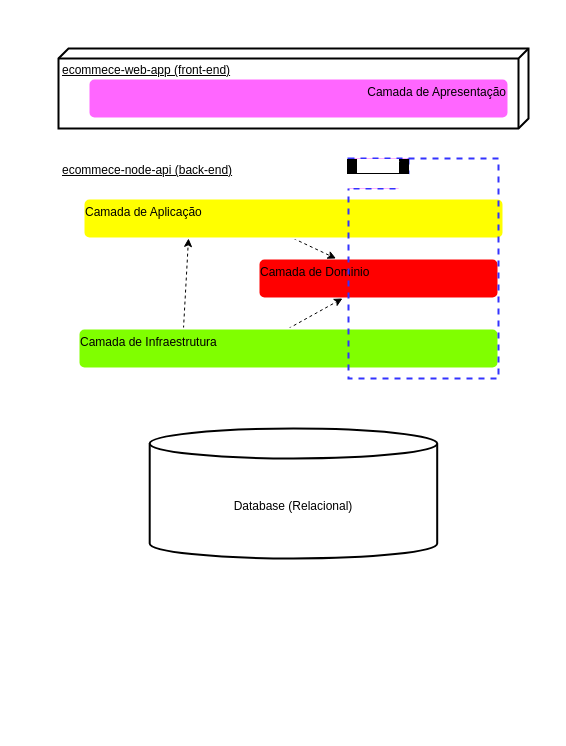
JoaoVitorHipolito/ecommerce-node-api keeps this draw.io diagram as requirements/ecommerce-arquitetura.drawio. Above is the earlier version. Source tidied: cells renumbered, new cells numbered last; positions are measured from the earlier drawing's top-left corner, leaving out a move shared by most shapes. Both pictures are drawn from the tidied source at 100%, with x=0, y=0 at pixel (58, 48).
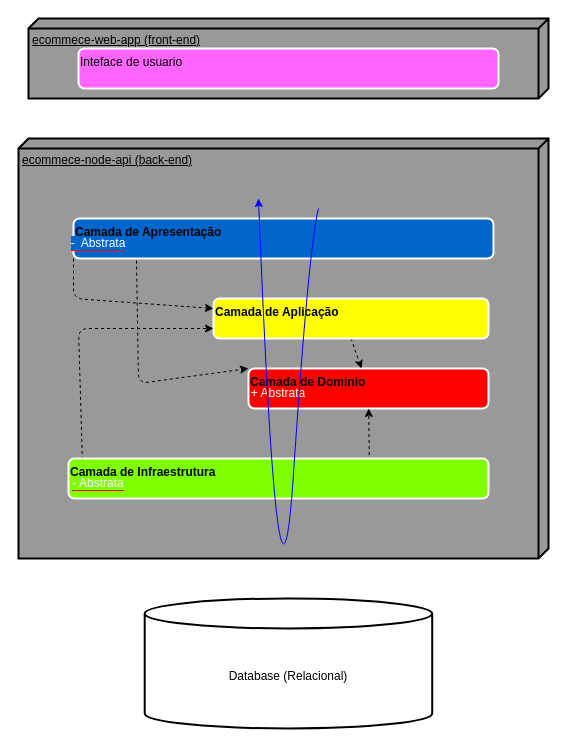
After the change.

Commit message:
Parte-14-arquitetura-em-camadas

Change to the diagram source:
```diff
@@
-    <mxCell id="2" value="ecommece-node-api (back-end)" style="verticalAlign=top;align=left;spacingTop=8;spacingLeft=2;spacingRight=12;shape=cube;size=10;direction=south;fontStyle=4;html=1;strokeWidth=2;strokeColor=#FFFFFF;" parent="1" vertex="1">
-      <mxGeometry y="100" width="470" height="250" as="geometry" />
+    <mxCell id="2" value="ecommece-node-api (back-end)" style="verticalAlign=top;align=left;spacingTop=8;spacingLeft=2;spacingRight=12;shape=cube;size=10;direction=south;fontStyle=4;html=1;strokeWidth=2;strokeColor=default;fillColor=#999999;fontColor=#000000;" parent="1" vertex="1">
+      <mxGeometry x="-40" y="90" width="530" height="420" as="geometry" />
     </mxCell>
-    <mxCell id="3" value="ecommece-web-app (front-end)" style="verticalAlign=top;align=left;spacingTop=8;spacingLeft=2;spacingRight=12;shape=cube;size=10;direction=south;fontStyle=4;html=1;strokeWidth=2;" parent="1" vertex="1">
-      <mxGeometry width="470" height="80" as="geometry" />
+    <mxCell id="3" value="&lt;font color=&quot;#000000&quot;&gt;ecommece-web-app (front-end)&lt;/font&gt;" style="verticalAlign=top;align=left;spacingTop=8;spacingLeft=2;spacingRight=12;shape=cube;size=10;direction=south;fontStyle=4;html=1;strokeWidth=2;fillColor=#999999;" parent="1" vertex="1">
+      <mxGeometry x="-30" y="-30" width="520" height="80" as="geometry" />
     </mxCell>
     <mxCell id="4" value="Database (Relacional)" style="shape=cylinder3;whiteSpace=wrap;html=1;boundedLbl=1;backgroundOutline=1;size=15;strokeWidth=2;" parent="1" vertex="1">
-      <mxGeometry x="91.2" y="380" width="287.5" height="130" as="geometry" />
+      <mxGeometry x="86.2" y="550" width="287.5" height="130" as="geometry" />
     </mxCell>
-    <mxCell id="5" value="&lt;font color=&quot;#000000&quot;&gt;Camada de Dominio&lt;/font&gt;" style="rounded=1;whiteSpace=wrap;html=1;strokeWidth=2;verticalAlign=top;align=left;fillColor=#FF0000;fontColor=#ffffff;strokeColor=#FFFFFF;" parent="1" vertex="1">
-      <mxGeometry x="200" y="210" width="240" height="40" as="geometry" />
+    <mxCell id="5" value="&lt;font color=&quot;#000000&quot;&gt;&lt;b&gt;Camada de Dominio&lt;/b&gt;&lt;/font&gt;" style="rounded=1;whiteSpace=wrap;html=1;strokeWidth=2;verticalAlign=top;align=left;fillColor=#FF0000;fontColor=#ffffff;strokeColor=#FFFFFF;" parent="1" vertex="1">
+      <mxGeometry x="190" y="320" width="240" height="40" as="geometry" />
     </mxCell>
-    <mxCell id="6" style="edgeStyle=none;html=1;exitX=0.5;exitY=1;exitDx=0;exitDy=0;fontColor=#000000;dashed=1;" parent="1" edge="1" source="7" target="5">
+    <mxCell id="6" style="edgeStyle=none;html=1;exitX=0.5;exitY=1;exitDx=0;exitDy=0;fontColor=#000000;dashed=1;strokeColor=#000000;" parent="1" edge="1" source="7" target="5">
       <mxGeometry relative="1" as="geometry" />
     </mxCell>
-    <mxCell id="7" value="&lt;font color=&quot;#000000&quot;&gt;Camada de Aplicação&lt;/font&gt;" style="rounded=1;whiteSpace=wrap;html=1;strokeWidth=2;verticalAlign=top;align=left;fillColor=#FFFF00;fontColor=#ffffff;strokeColor=#FFFFFF;" parent="1" vertex="1">
-      <mxGeometry x="25" y="150" width="420" height="40" as="geometry" />
+    <mxCell id="7" value="&lt;font color=&quot;#000000&quot;&gt;&lt;b&gt;Camada de Aplicação&lt;/b&gt;&lt;/font&gt;" style="rounded=1;whiteSpace=wrap;html=1;strokeWidth=2;verticalAlign=top;align=left;fillColor=#FFFF00;fontColor=#ffffff;strokeColor=#FFFFFF;" parent="1" vertex="1">
+      <mxGeometry x="155" y="250" width="275" height="40" as="geometry" />
     </mxCell>
-    <mxCell id="8" style="edgeStyle=none;html=1;exitX=0.5;exitY=0;exitDx=0;exitDy=0;dashed=1;fontColor=#000000;" parent="1" edge="1" source="10" target="5">
+    <mxCell id="8" style="edgeStyle=none;html=1;exitX=0.716;exitY=-0.086;exitDx=0;exitDy=0;dashed=1;fontColor=#000000;exitPerimeter=0;strokeColor=#000000;" parent="1" edge="1" source="10" target="5">
       <mxGeometry relative="1" as="geometry" />
     </mxCell>
-    <mxCell id="9" style="edgeStyle=none;html=1;exitX=0.25;exitY=0;exitDx=0;exitDy=0;entryX=0.25;entryY=1;entryDx=0;entryDy=0;dashed=1;fontColor=#000000;" parent="1" edge="1" source="10" target="7">
-      <mxGeometry relative="1" as="geometry" />
+    <mxCell id="9" style="edgeStyle=none;html=1;exitX=0.033;exitY=0.035;exitDx=0;exitDy=0;entryX=0;entryY=0.75;entryDx=0;entryDy=0;dashed=1;fontColor=#000000;exitPerimeter=0;strokeColor=#000000;" parent="1" edge="1" source="10" target="7">
+      <mxGeometry relative="1" as="geometry">
+        <Array as="points">
+          <mxPoint x="20" y="280" />
+        </Array>
+      </mxGeometry>
     </mxCell>
-    <mxCell id="10" value="&lt;font color=&quot;#000000&quot;&gt;Camada de Infraestrutura&lt;/font&gt;" style="rounded=1;whiteSpace=wrap;html=1;strokeWidth=2;verticalAlign=top;align=left;fillColor=#80FF00;fontColor=#ffffff;strokeColor=#FFFFFF;" parent="1" vertex="1">
-      <mxGeometry x="20" y="280" width="420" height="40" as="geometry" />
+    <mxCell id="10" value="&lt;font color=&quot;#000000&quot;&gt;&lt;b&gt;Camada de Infraestrutura&lt;/b&gt;&lt;/font&gt;" style="rounded=1;whiteSpace=wrap;html=1;strokeWidth=2;verticalAlign=top;align=left;fillColor=#80FF00;fontColor=#ffffff;strokeColor=#FFFFFF;" parent="1" vertex="1">
+      <mxGeometry x="10" y="410" width="420" height="40" as="geometry" />
     </mxCell>
-    <mxCell id="11" value="&lt;font color=&quot;#000000&quot;&gt;Camada de Apresentação&lt;/font&gt;" style="rounded=1;whiteSpace=wrap;html=1;strokeWidth=2;verticalAlign=top;align=right;fillColor=#FF66FF;fontColor=#ffffff;strokeColor=#FFFFFF;" parent="1" vertex="1">
-      <mxGeometry x="30" y="30" width="420" height="40" as="geometry" />
+    <mxCell id="11" value="&lt;font color=&quot;#000000&quot;&gt;Inteface de usuario&lt;/font&gt;" style="rounded=1;whiteSpace=wrap;html=1;strokeWidth=2;verticalAlign=top;align=left;fillColor=#FF66FF;fontColor=#ffffff;strokeColor=#FFFFFF;" parent="1" vertex="1">
+      <mxGeometry x="20" width="420" height="40" as="geometry" />
     </mxCell>
+    <mxCell id="13" style="edgeStyle=none;html=1;exitX=0;exitY=1;exitDx=0;exitDy=0;entryX=0;entryY=0.25;entryDx=0;entryDy=0;fontColor=#FFFFFF;dashed=1;strokeColor=#000000;" parent="1" edge="1" source="12" target="7">
+      <mxGeometry relative="1" as="geometry">
+        <Array as="points">
+          <mxPoint x="15" y="250" />
+        </Array>
+      </mxGeometry>
+    </mxCell>
+    <mxCell id="14" style="edgeStyle=none;html=1;exitX=0.15;exitY=1.053;exitDx=0;exitDy=0;entryX=0;entryY=0;entryDx=0;entryDy=0;dashed=1;fontColor=#FFFFFF;exitPerimeter=0;strokeColor=#000000;" parent="1" edge="1" source="12" target="5">
+      <mxGeometry relative="1" as="geometry">
+        <Array as="points">
+          <mxPoint x="80" y="335" />
+        </Array>
+      </mxGeometry>
+    </mxCell>
-    <mxCell id="12" value="&lt;font style=&quot;background-color: rgb(255, 255, 255);&quot; color=&quot;#ffffff&quot;&gt;Modulo/&lt;br&gt;subdominio&lt;/font&gt;" style="shape=umlFrame;whiteSpace=wrap;html=1;labelBackgroundColor=#000000;strokeWidth=2;dashed=1;fillColor=#FF66FF;fontColor=#ffffff;strokeColor=#3333FF;" parent="1" vertex="1">
-      <mxGeometry x="290" y="110" width="150" height="220" as="geometry" />
+    <mxCell id="12" value="&lt;font color=&quot;#000000&quot;&gt;&lt;b&gt;Camada de Apresentação&lt;/b&gt;&lt;/font&gt;" style="rounded=1;whiteSpace=wrap;html=1;strokeWidth=2;verticalAlign=top;align=left;fillColor=#0066CC;fontColor=#ffffff;strokeColor=#FFFFFF;" parent="1" vertex="1">
+      <mxGeometry x="15" y="170" width="420" height="40" as="geometry" />
     </mxCell>
+    <mxCell id="15" value="+ Abstrata" style="text;html=1;strokeColor=none;fillColor=none;align=center;verticalAlign=middle;whiteSpace=wrap;rounded=0;labelBackgroundColor=#FF0000;fontColor=#FFFFFF;" parent="1" vertex="1">
+      <mxGeometry x="190" y="330" width="60" height="30" as="geometry" />
+    </mxCell>
+    <mxCell id="16" value="&lt;span style=&quot;background-color: rgb(0, 102, 204);&quot;&gt;-&amp;nbsp; Abstrata&lt;/span&gt;" style="text;html=1;strokeColor=none;fillColor=none;align=center;verticalAlign=middle;whiteSpace=wrap;rounded=0;labelBackgroundColor=#FF0000;fontColor=#FFFFFF;" parent="1" vertex="1">
+      <mxGeometry x="10" y="180" width="60" height="30" as="geometry" />
+    </mxCell>
+    <mxCell id="17" value="&lt;span style=&quot;background-color: rgb(128, 255, 0);&quot;&gt;- Abstrata&lt;/span&gt;" style="text;html=1;strokeColor=none;fillColor=none;align=center;verticalAlign=middle;whiteSpace=wrap;rounded=0;labelBackgroundColor=#FF0000;fontColor=#FFFFFF;" parent="1" vertex="1">
+      <mxGeometry x="10" y="420" width="60" height="30" as="geometry" />
+    </mxCell>
+    <mxCell id="18" style="curved=1;endArrow=classic;html=1;fontColor=#FFFFFF;fillColor=#0050ef;strokeColor=#0000FF;" parent="1" edge="1">
+      <mxGeometry relative="1" as="geometry">
+        <mxPoint x="260" y="160" as="sourcePoint" />
+        <mxPoint x="200" y="150" as="targetPoint" />
+        <Array as="points">
+          <mxPoint x="250" y="200" />
+          <mxPoint x="220" y="650" />
+          <mxPoint x="200" y="150" />
+        </Array>
+      </mxGeometry>
+    </mxCell>
```
